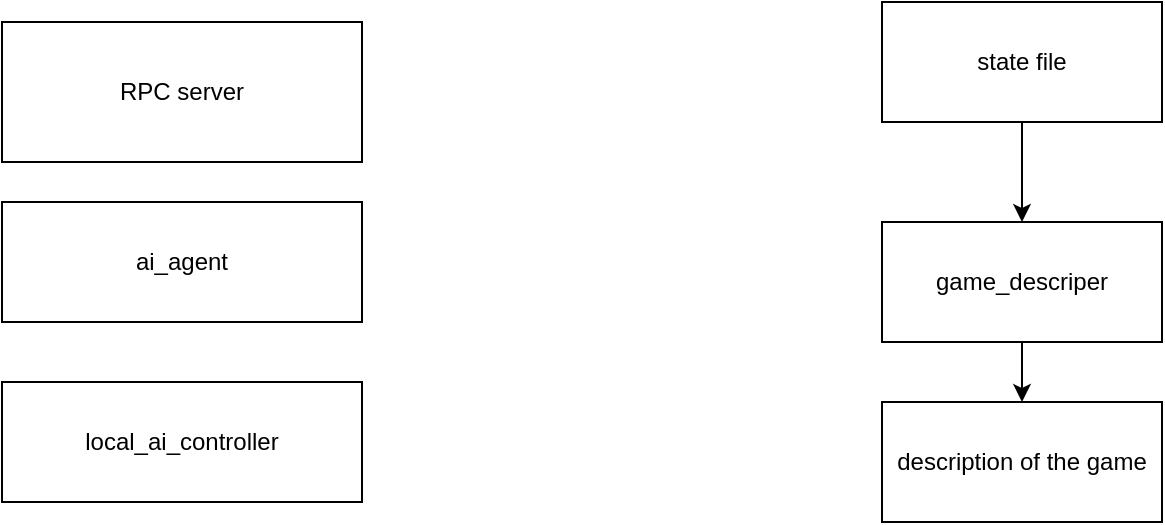
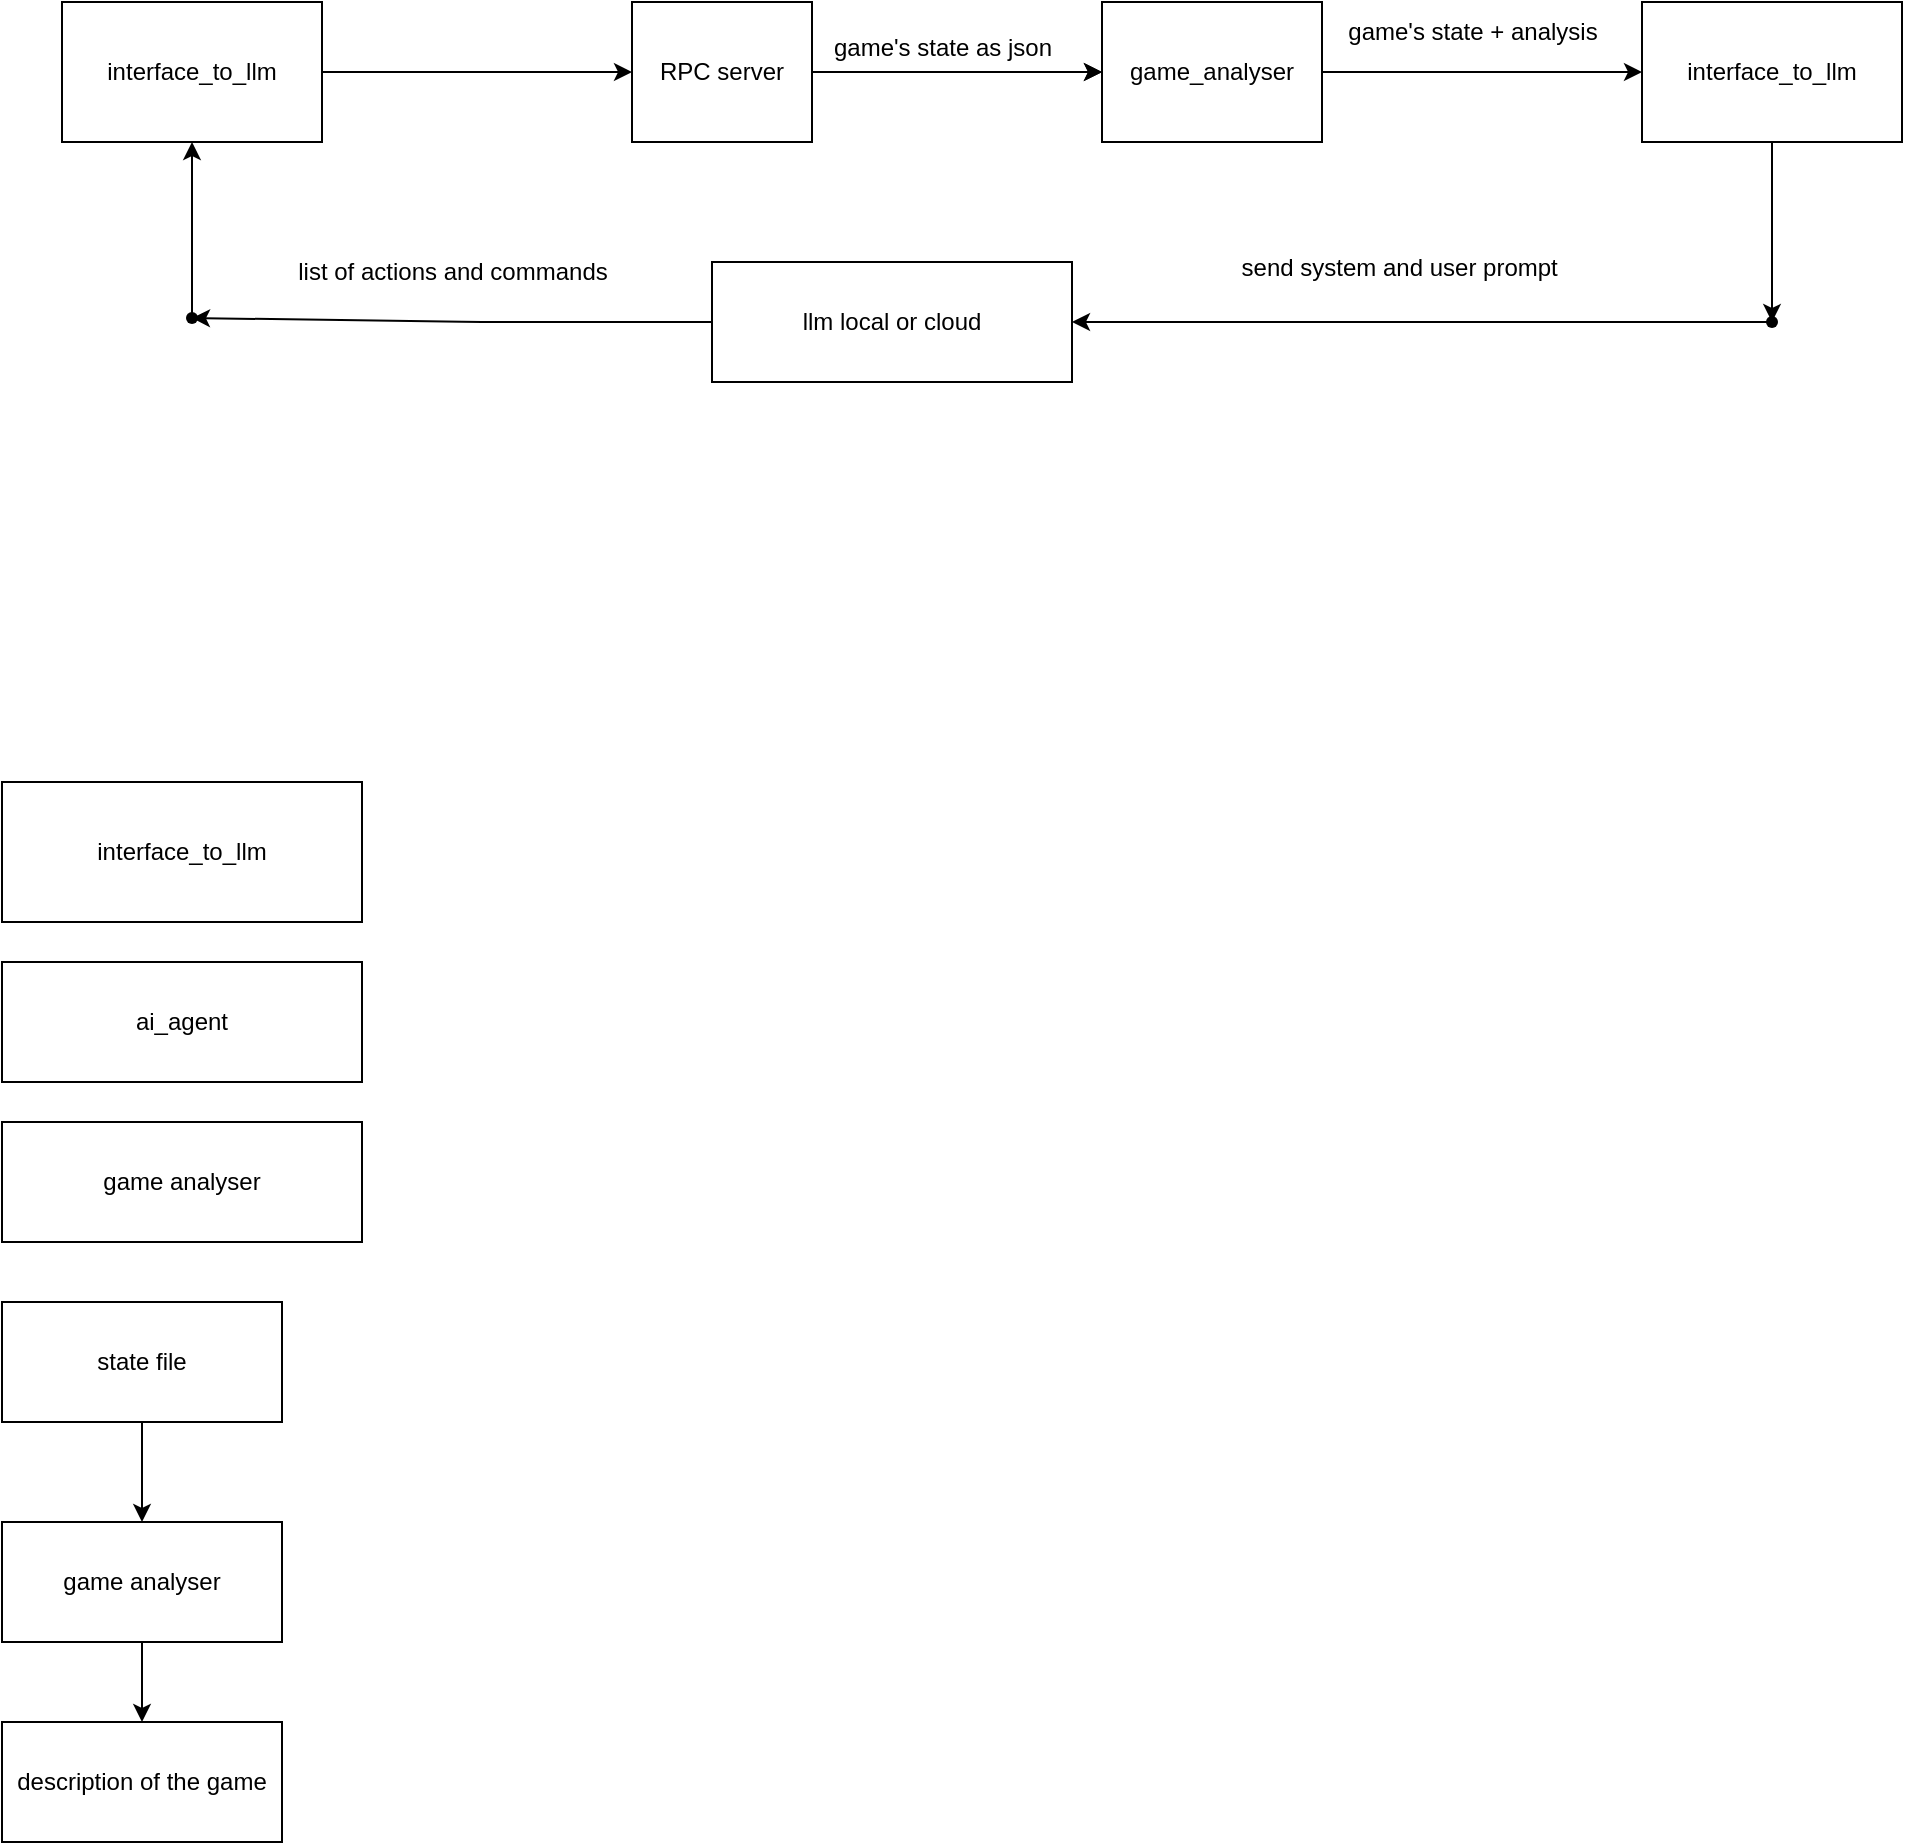
<mxfile host="65bd71144e">
    <diagram id="zoJ9TyPGvdE4jrb6pa0-" name="Page-1">
-         <mxGraphModel dx="1185" dy="554" grid="1" gridSize="10" guides="1" tooltips="1" connect="1" arrows="1" fold="1" page="1" pageScale="1" pageWidth="850" pageHeight="1100" math="0" shadow="0">
+         <mxGraphModel dx="2236" dy="533" grid="1" gridSize="10" guides="1" tooltips="1" connect="1" arrows="1" fold="1" page="1" pageScale="1" pageWidth="850" pageHeight="1100" math="0" shadow="0">
            <root>
                <mxCell id="0"/>
                <mxCell id="1" parent="0"/>
-                 <mxCell id="2" value="RPC server" style="rounded=0;whiteSpace=wrap;html=1;" vertex="1" parent="1">
-                     <mxGeometry x="40" y="130" width="180" height="70" as="geometry"/>
+                 <mxCell id="13" value="" style="edgeStyle=none;html=1;" edge="1" parent="1" source="2">
+                     <mxGeometry relative="1" as="geometry">
+                         <mxPoint x="320" y="55" as="targetPoint"/>
+                     </mxGeometry>
                </mxCell>
-                 <mxCell id="3" value="ai_agent" style="rounded=0;whiteSpace=wrap;html=1;" vertex="1" parent="1">
-                     <mxGeometry x="40" y="220" width="180" height="60" as="geometry"/>
+                 <mxCell id="2" value="RPC server" style="rounded=0;whiteSpace=wrap;html=1;" parent="1" vertex="1">
+                     <mxGeometry x="85" y="20" width="90" height="70" as="geometry"/>
                </mxCell>
-                 <mxCell id="4" value="local_ai_controller" style="rounded=0;whiteSpace=wrap;html=1;" vertex="1" parent="1">
-                     <mxGeometry x="40" y="310" width="180" height="60" as="geometry"/>
+                 <mxCell id="3" value="ai_agent" style="rounded=0;whiteSpace=wrap;html=1;" parent="1" vertex="1">
+                     <mxGeometry x="-230" y="500" width="180" height="60" as="geometry"/>
                </mxCell>
-                 <mxCell id="9" value="" style="edgeStyle=none;html=1;" edge="1" parent="1" source="5" target="8">
+                 <mxCell id="4" value="game analyser" style="rounded=0;whiteSpace=wrap;html=1;" parent="1" vertex="1">
+                     <mxGeometry x="-230" y="580" width="180" height="60" as="geometry"/>
+                 </mxCell>
+                 <mxCell id="9" value="" style="edgeStyle=none;html=1;" parent="1" source="5" target="8" edge="1">
                    <mxGeometry relative="1" as="geometry"/>
                </mxCell>
-                 <mxCell id="5" value="game_descriper" style="rounded=0;whiteSpace=wrap;html=1;" vertex="1" parent="1">
-                     <mxGeometry x="480" y="230" width="140" height="60" as="geometry"/>
+                 <mxCell id="5" value="&lt;span style=&quot;color: rgb(0, 0, 0);&quot;&gt;game analyser&lt;/span&gt;" style="rounded=0;whiteSpace=wrap;html=1;" parent="1" vertex="1">
+                     <mxGeometry x="-230" y="780" width="140" height="60" as="geometry"/>
                </mxCell>
-                 <mxCell id="7" value="" style="edgeStyle=none;html=1;" edge="1" parent="1" source="6" target="5">
+                 <mxCell id="7" value="" style="edgeStyle=none;html=1;" parent="1" source="6" target="5" edge="1">
                    <mxGeometry relative="1" as="geometry"/>
                </mxCell>
-                 <mxCell id="6" value="state file" style="rounded=0;whiteSpace=wrap;html=1;" vertex="1" parent="1">
-                     <mxGeometry x="480" y="120" width="140" height="60" as="geometry"/>
+                 <mxCell id="6" value="state file" style="rounded=0;whiteSpace=wrap;html=1;" parent="1" vertex="1">
+                     <mxGeometry x="-230" y="670" width="140" height="60" as="geometry"/>
                </mxCell>
-                 <mxCell id="8" value="description of the game" style="rounded=0;whiteSpace=wrap;html=1;" vertex="1" parent="1">
-                     <mxGeometry x="480" y="320" width="140" height="60" as="geometry"/>
+                 <mxCell id="8" value="description of the game" style="rounded=0;whiteSpace=wrap;html=1;" parent="1" vertex="1">
+                     <mxGeometry x="-230" y="880" width="140" height="60" as="geometry"/>
+                 </mxCell>
+                 <mxCell id="19" value="" style="edgeStyle=none;html=1;" edge="1" parent="1" target="16">
+                     <mxGeometry relative="1" as="geometry">
+                         <mxPoint x="290" y="55" as="sourcePoint"/>
+                     </mxGeometry>
+                 </mxCell>
+                 <mxCell id="15" value="" style="edgeStyle=none;html=1;" edge="1" parent="1" source="10" target="2">
+                     <mxGeometry relative="1" as="geometry"/>
+                 </mxCell>
+                 <mxCell id="22" value="" style="edgeStyle=none;html=1;" edge="1" parent="1" source="16" target="21">
+                     <mxGeometry relative="1" as="geometry"/>
+                 </mxCell>
+                 <mxCell id="16" value="game_analyser" style="rounded=0;whiteSpace=wrap;html=1;" vertex="1" parent="1">
+                     <mxGeometry x="320" y="20" width="110" height="70" as="geometry"/>
+                 </mxCell>
+                 <mxCell id="10" value="interface_to_llm" style="rounded=0;whiteSpace=wrap;html=1;" vertex="1" parent="1">
+                     <mxGeometry x="-200" y="20" width="130" height="70" as="geometry"/>
+                 </mxCell>
+                 <mxCell id="24" value="" style="edgeStyle=none;html=1;" edge="1" parent="1" source="21" target="23">
+                     <mxGeometry relative="1" as="geometry"/>
+                 </mxCell>
+                 <mxCell id="21" value="interface_to_llm" style="rounded=0;whiteSpace=wrap;html=1;" vertex="1" parent="1">
+                     <mxGeometry x="590" y="20" width="130" height="70" as="geometry"/>
+                 </mxCell>
+                 <mxCell id="23" value="" style="shape=waypoint;sketch=0;size=6;pointerEvents=1;points=[];fillColor=default;resizable=0;rotatable=0;perimeter=centerPerimeter;snapToPoint=1;rounded=0;" vertex="1" parent="1">
+                     <mxGeometry x="645" y="170" width="20" height="20" as="geometry"/>
+                 </mxCell>
+                 <mxCell id="30" value="interface_to_llm" style="rounded=0;whiteSpace=wrap;html=1;" vertex="1" parent="1">
+                     <mxGeometry x="-230" y="410" width="180" height="70" as="geometry"/>
+                 </mxCell>
+                 <mxCell id="31" value="game&#39;s state as json" style="text;html=1;align=center;verticalAlign=middle;resizable=0;points=[];autosize=1;strokeColor=none;fillColor=none;" vertex="1" parent="1">
+                     <mxGeometry x="175" y="28" width="130" height="30" as="geometry"/>
+                 </mxCell>
+                 <mxCell id="32" value="game&#39;s state + analysis" style="text;html=1;align=center;verticalAlign=middle;resizable=0;points=[];autosize=1;strokeColor=none;fillColor=none;" vertex="1" parent="1">
+                     <mxGeometry x="430" y="20" width="150" height="30" as="geometry"/>
+                 </mxCell>
+                 <mxCell id="34" value="" style="edgeStyle=none;html=1;" edge="1" parent="1" source="23" target="33">
+                     <mxGeometry relative="1" as="geometry">
+                         <mxPoint x="655" y="180" as="sourcePoint"/>
+                         <mxPoint x="-355" y="180" as="targetPoint"/>
+                     </mxGeometry>
+                 </mxCell>
+                 <mxCell id="43" value="" style="edgeStyle=none;html=1;" edge="1" parent="1" source="33" target="42">
+                     <mxGeometry relative="1" as="geometry">
+                         <Array as="points">
+                             <mxPoint x="10" y="180"/>
+                         </Array>
+                     </mxGeometry>
+                 </mxCell>
+                 <mxCell id="33" value="llm local or cloud" style="rounded=0;whiteSpace=wrap;html=1;" vertex="1" parent="1">
+                     <mxGeometry x="125" y="150" width="180" height="60" as="geometry"/>
+                 </mxCell>
+                 <mxCell id="35" value="send system and user prompt&amp;nbsp;" style="text;html=1;align=center;verticalAlign=middle;resizable=0;points=[];autosize=1;strokeColor=none;fillColor=none;" vertex="1" parent="1">
+                     <mxGeometry x="380" y="138" width="180" height="30" as="geometry"/>
+                 </mxCell>
+                 <mxCell id="36" value="list of actions and commands" style="text;html=1;align=center;verticalAlign=middle;resizable=0;points=[];autosize=1;strokeColor=none;fillColor=none;" vertex="1" parent="1">
+                     <mxGeometry x="-95" y="140" width="180" height="30" as="geometry"/>
+                 </mxCell>
+                 <mxCell id="45" value="" style="edgeStyle=none;html=1;exitX=0.45;exitY=0.75;exitDx=0;exitDy=0;exitPerimeter=0;" edge="1" parent="1" source="42" target="10">
+                     <mxGeometry relative="1" as="geometry">
+                         <mxPoint x="-90" y="220" as="sourcePoint"/>
+                         <Array as="points"/>
+                     </mxGeometry>
+                 </mxCell>
+                 <mxCell id="42" value="" style="shape=waypoint;sketch=0;size=6;pointerEvents=1;points=[];fillColor=default;resizable=0;rotatable=0;perimeter=centerPerimeter;snapToPoint=1;rounded=0;" vertex="1" parent="1">
+                     <mxGeometry x="-145" y="168" width="20" height="20" as="geometry"/>
                </mxCell>
            </root>
        </mxGraphModel>
    </diagram>
</mxfile>